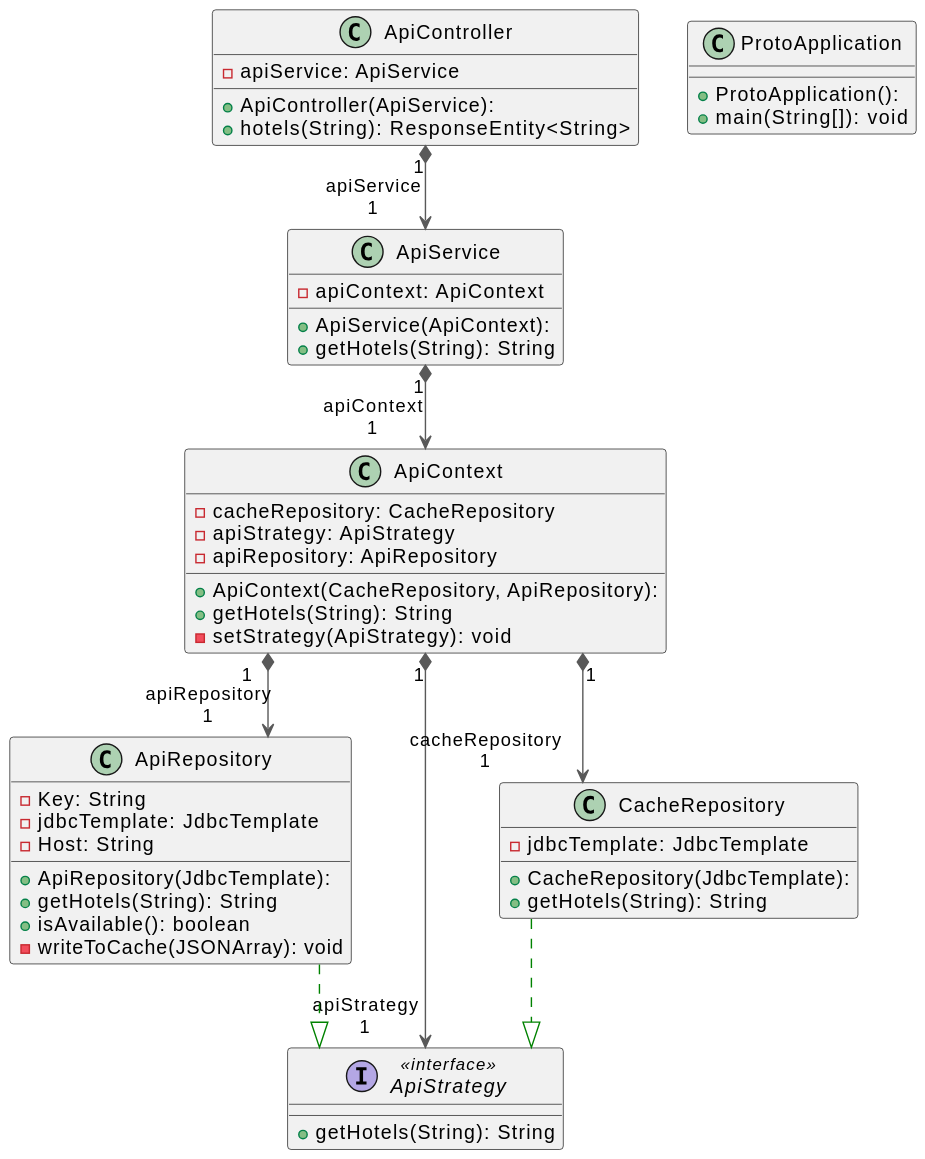
Before: opdracht-diagrammen/code_diagram_ramon.svg, a diagram exported from PlantUML (AIM-ENE-feb25/triptop-groep-3-pedro-ramon-mees).
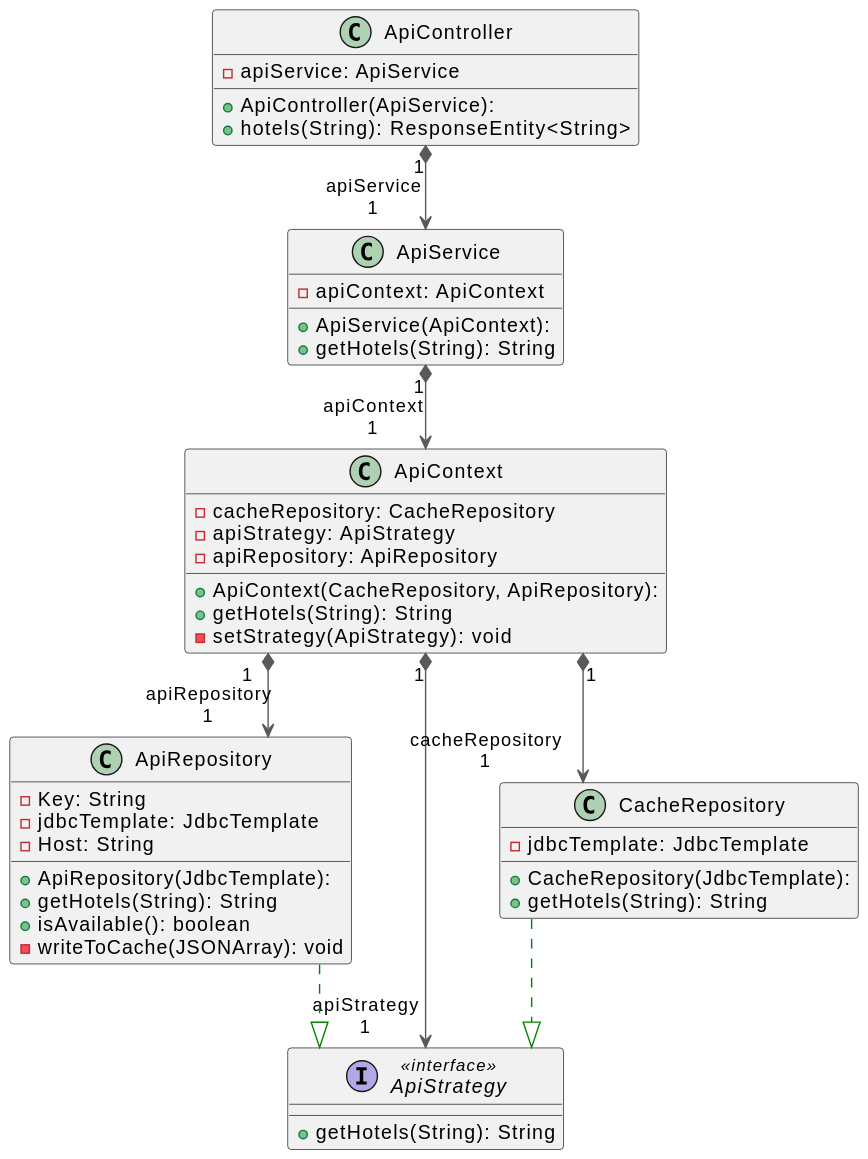
Above is the later version.

Commit message:
Remove redundant class from code diagram

What changed in the source:
```diff
@@ -37,10 +37,6 @@
   - jdbcTemplate: JdbcTemplate
   + getHotels(String): String
 }
-class ProtoApplication {
-  + ProtoApplication():
-  + main(String[]): void
-}
 
 ApiContext       "1" *-[#595959,plain]-> "apiRepository\n1" ApiRepository
 ApiContext       "1" *-[#595959,plain]-> "apiStrategy\n1" ApiStrategy
```
